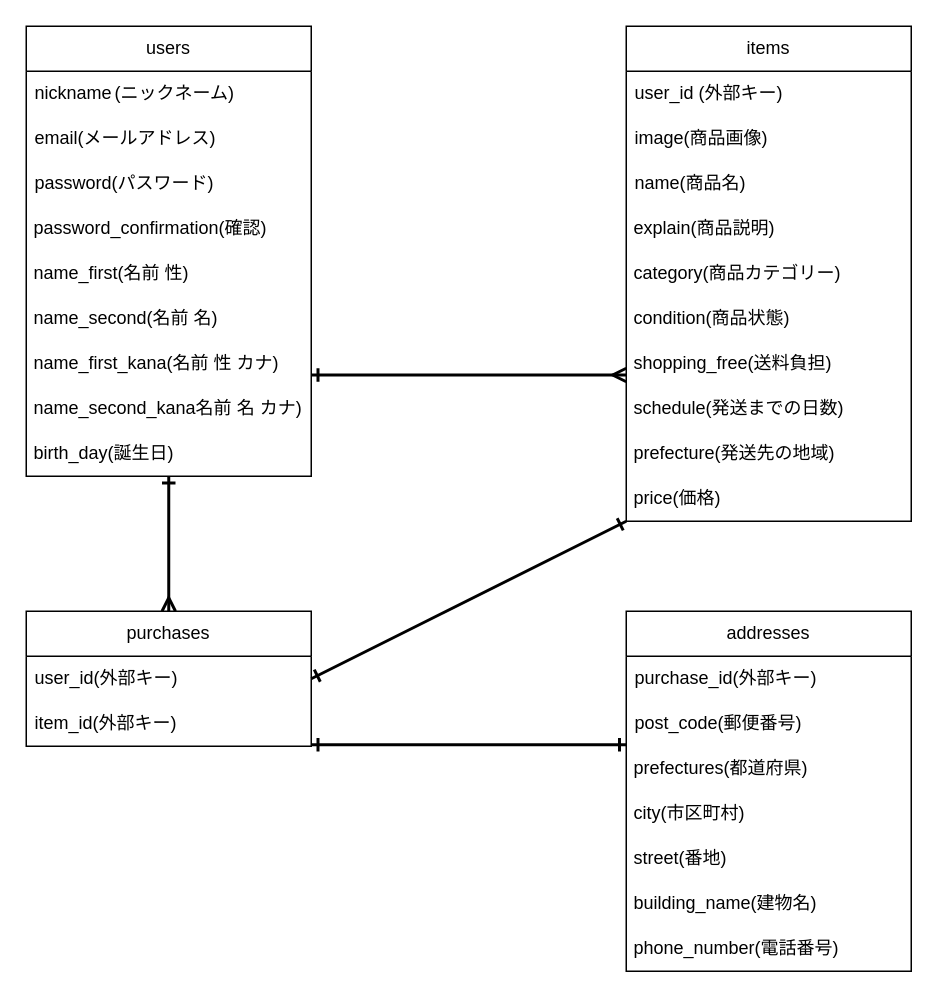
Before: furema.dio in ricky1423/furima-40584, a draw.io diagram. Source tidied: cells renumbered, new cells numbered last; positions are measured from the earlier drawing's top-left corner, leaving out a move shared by most shapes. Both pictures are drawn from the tidied source at 150%, with x=0, y=0 at pixel (26, 26).
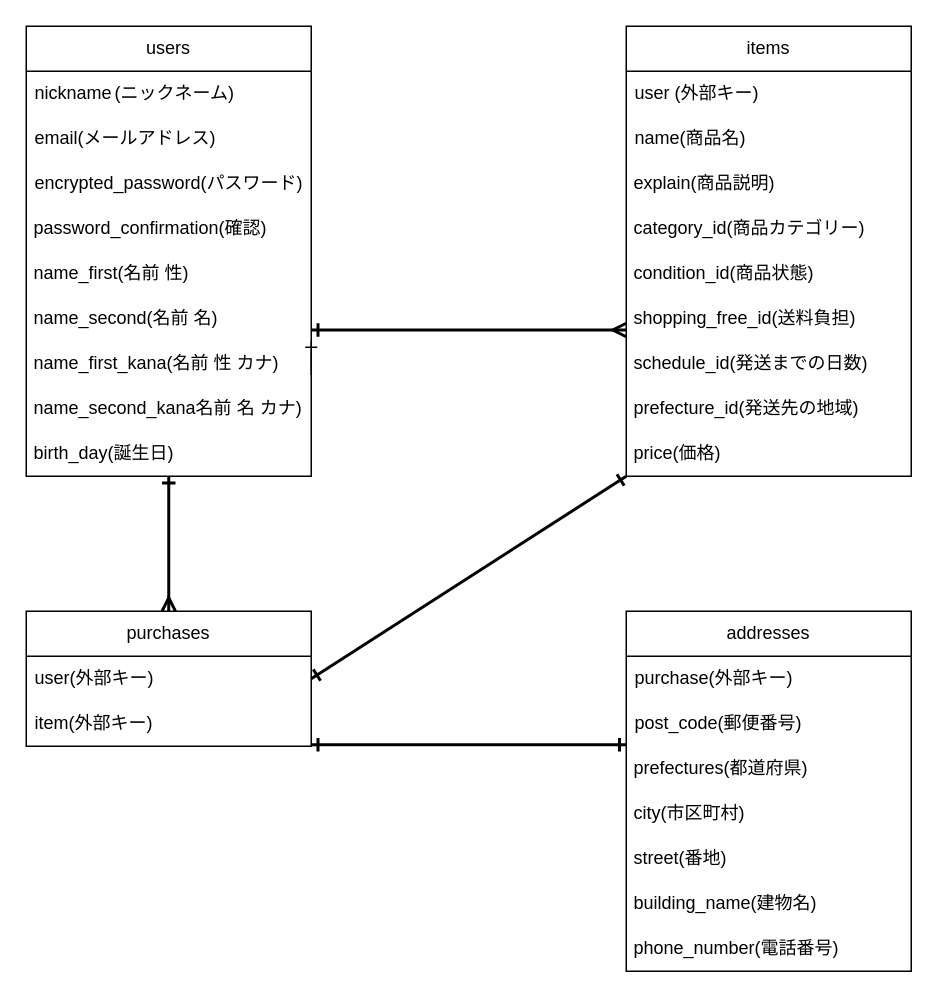
After the change.

Commit message (it also covers changes not shown here):
データベース設計　改善版

The change refers to these unchanged cells:
```xml
<mxCell id="2" value="users" style="swimlane;fontStyle=0;horizontal=1;startSize=30;whiteSpace=wrap;html=1;align=center;rounded=0;" parent="1" vertex="1">
  <mxGeometry width="190" height="300" as="geometry" />
</mxCell>
<mxCell id="8" value="&amp;nbsp;name_second(名前 名)" style="text;html=1;strokeColor=none;fillColor=none;align=left;verticalAlign=middle;whiteSpace=wrap;rounded=0;" parent="2" vertex="1">
  <mxGeometry y="180" width="190" height="30" as="geometry" />
</mxCell>
<mxCell id="9" value="&amp;nbsp;name_first_kana(名前 性 カナ)　&amp;nbsp;" style="text;html=1;strokeColor=none;fillColor=none;align=left;verticalAlign=middle;whiteSpace=wrap;rounded=0;" parent="2" vertex="1">
  <mxGeometry y="210" width="190" height="30" as="geometry" />
</mxCell>
<mxCell id="24" value="purchases" style="swimlane;fontStyle=0;horizontal=1;startSize=30;whiteSpace=wrap;html=1;rounded=0;" parent="1" vertex="1">
  <mxGeometry y="390" width="190" height="90" as="geometry" />
</mxCell>
<mxCell id="27" value="addresses" style="swimlane;fontStyle=0;horizontal=1;startSize=30;whiteSpace=wrap;html=1;rounded=0;" parent="1" vertex="1">
  <mxGeometry x="400" y="390" width="190" height="240" as="geometry" />
</mxCell>
```

Diff of the diagram source:
```diff
@@
-    <mxCell id="5" value="password(パスワード)" style="text;strokeColor=none;fillColor=none;align=left;verticalAlign=middle;spacingLeft=4;spacingRight=4;overflow=hidden;whiteSpace=wrap;html=1;rounded=0;" parent="2" vertex="1">
+    <mxCell id="5" value="encrypted_password(パスワード)" style="text;strokeColor=none;fillColor=none;align=left;verticalAlign=middle;spacingLeft=4;spacingRight=4;overflow=hidden;whiteSpace=wrap;html=1;rounded=0;" parent="2" vertex="1">
       <mxGeometry y="90" width="190" height="30" as="geometry" />
     </mxCell>
@@
+    <mxCell id="38" style="edgeStyle=none;html=1;exitX=1;exitY=0.75;exitDx=0;exitDy=0;entryX=1;entryY=0;entryDx=0;entryDy=0;endArrow=ERone;endFill=0;" parent="2" edge="1" source="9" target="9">
+      <mxGeometry relative="1" as="geometry" />
+    </mxCell>
     <mxCell id="12" value="items" style="swimlane;fontStyle=0;horizontal=1;startSize=30;whiteSpace=wrap;html=1;rounded=0;" parent="1" vertex="1">
-      <mxGeometry x="400" width="190" height="330" as="geometry" />
+      <mxGeometry x="400" width="190" height="300" as="geometry" />
     </mxCell>
-    <mxCell id="13" value="user_id (外部キー)" style="text;strokeColor=none;fillColor=none;align=left;verticalAlign=middle;spacingLeft=4;spacingRight=4;overflow=hidden;whiteSpace=wrap;html=1;rounded=0;" parent="12" vertex="1">
+    <mxCell id="13" value="user (外部キー)" style="text;strokeColor=none;fillColor=none;align=left;verticalAlign=middle;spacingLeft=4;spacingRight=4;overflow=hidden;whiteSpace=wrap;html=1;rounded=0;" parent="12" vertex="1">
       <mxGeometry y="30" width="190" height="30" as="geometry" />
     </mxCell>
-    <mxCell id="14" value="image(商品画像)" style="text;strokeColor=none;fillColor=none;align=left;verticalAlign=middle;spacingLeft=4;spacingRight=4;overflow=hidden;whiteSpace=wrap;html=1;rounded=0;" parent="12" vertex="1">
-      <mxGeometry y="60" width="190" height="30" as="geometry" />
-    </mxCell>
     <mxCell id="15" value="name(商品名)" style="text;strokeColor=none;fillColor=none;align=left;verticalAlign=middle;spacingLeft=4;spacingRight=4;overflow=hidden;whiteSpace=wrap;html=1;rounded=0;" parent="12" vertex="1">
-      <mxGeometry y="90" width="190" height="30" as="geometry" />
+      <mxGeometry y="60" width="190" height="30" as="geometry" />
     </mxCell>
     <mxCell id="16" value="&amp;nbsp;explain(商品説明)" style="text;html=1;strokeColor=none;fillColor=none;align=left;verticalAlign=middle;whiteSpace=wrap;rounded=0;" parent="12" vertex="1">
-      <mxGeometry y="120" width="190" height="30" as="geometry" />
+      <mxGeometry y="90" width="190" height="30" as="geometry" />
     </mxCell>
-    <mxCell id="17" value="&amp;nbsp;category(商品カテゴリー)" style="text;html=1;strokeColor=none;fillColor=none;align=left;verticalAlign=middle;whiteSpace=wrap;rounded=0;" parent="12" vertex="1">
-      <mxGeometry y="150" width="190" height="30" as="geometry" />
+    <mxCell id="17" value="&amp;nbsp;category_id(商品カテゴリー)" style="text;html=1;strokeColor=none;fillColor=none;align=left;verticalAlign=middle;whiteSpace=wrap;rounded=0;" parent="12" vertex="1">
+      <mxGeometry y="120" width="190" height="30" as="geometry" />
     </mxCell>
-    <mxCell id="18" value="&amp;nbsp;condition(商品状態)" style="text;html=1;strokeColor=none;fillColor=none;align=left;verticalAlign=middle;whiteSpace=wrap;rounded=0;" parent="12" vertex="1">
-      <mxGeometry y="180" width="190" height="30" as="geometry" />
+    <mxCell id="18" value="&amp;nbsp;condition_id(商品状態)" style="text;html=1;strokeColor=none;fillColor=none;align=left;verticalAlign=middle;whiteSpace=wrap;rounded=0;" parent="12" vertex="1">
+      <mxGeometry y="150" width="190" height="30" as="geometry" />
     </mxCell>
-    <mxCell id="19" value="&amp;nbsp;shopping_free(送料負担)" style="text;html=1;strokeColor=none;fillColor=none;align=left;verticalAlign=middle;whiteSpace=wrap;rounded=0;" parent="12" vertex="1">
-      <mxGeometry y="210" width="190" height="30" as="geometry" />
+    <mxCell id="19" value="&amp;nbsp;shopping_free_id(送料負担)" style="text;html=1;strokeColor=none;fillColor=none;align=left;verticalAlign=middle;whiteSpace=wrap;rounded=0;" parent="12" vertex="1">
+      <mxGeometry y="180" width="190" height="30" as="geometry" />
     </mxCell>
-    <mxCell id="20" value="&amp;nbsp;schedule(発送までの日数)" style="text;html=1;strokeColor=none;fillColor=none;align=left;verticalAlign=middle;whiteSpace=wrap;rounded=0;" parent="12" vertex="1">
-      <mxGeometry y="240" width="190" height="30" as="geometry" />
+    <mxCell id="20" value="&amp;nbsp;schedule_id(発送までの日数)" style="text;html=1;strokeColor=none;fillColor=none;align=left;verticalAlign=middle;whiteSpace=wrap;rounded=0;" parent="12" vertex="1">
+      <mxGeometry y="210" width="190" height="30" as="geometry" />
     </mxCell>
-    <mxCell id="21" value="&amp;nbsp;prefecture(発送先の地域)" style="text;html=1;strokeColor=none;fillColor=none;align=left;verticalAlign=middle;whiteSpace=wrap;rounded=0;" parent="12" vertex="1">
-      <mxGeometry y="270" width="190" height="30" as="geometry" />
+    <mxCell id="21" value="&amp;nbsp;prefecture_id(発送先の地域)" style="text;html=1;strokeColor=none;fillColor=none;align=left;verticalAlign=middle;whiteSpace=wrap;rounded=0;" parent="12" vertex="1">
+      <mxGeometry y="240" width="190" height="30" as="geometry" />
     </mxCell>
     <mxCell id="22" value="&amp;nbsp;price(価格)" style="text;html=1;strokeColor=none;fillColor=none;align=left;verticalAlign=middle;whiteSpace=wrap;rounded=0;" parent="12" vertex="1">
-      <mxGeometry y="300" width="190" height="30" as="geometry" />
+      <mxGeometry y="270" width="190" height="30" as="geometry" />
     </mxCell>
@@
-    <mxCell id="25" value="user_id(外部キー)" style="text;strokeColor=none;fillColor=none;align=left;verticalAlign=middle;spacingLeft=4;spacingRight=4;overflow=hidden;points=[[0,0.5],[1,0.5]];portConstraint=eastwest;whiteSpace=wrap;html=1;rounded=0;" parent="24" vertex="1">
+    <mxCell id="25" value="user(外部キー)" style="text;strokeColor=none;fillColor=none;align=left;verticalAlign=middle;spacingLeft=4;spacingRight=4;overflow=hidden;points=[[0,0.5],[1,0.5]];portConstraint=eastwest;whiteSpace=wrap;html=1;rounded=0;" parent="24" vertex="1">
       <mxGeometry y="30" width="190" height="30" as="geometry" />
     </mxCell>
-    <mxCell id="26" value="item_id(外部キー)" style="text;strokeColor=none;fillColor=none;align=left;verticalAlign=middle;spacingLeft=4;spacingRight=4;overflow=hidden;whiteSpace=wrap;html=1;rounded=0;" parent="24" vertex="1">
+    <mxCell id="26" value="item(外部キー)" style="text;strokeColor=none;fillColor=none;align=left;verticalAlign=middle;spacingLeft=4;spacingRight=4;overflow=hidden;whiteSpace=wrap;html=1;rounded=0;" parent="24" vertex="1">
       <mxGeometry y="60" width="190" height="30" as="geometry" />
     </mxCell>
@@
-    <mxCell id="28" value="purchase_id(外部キー)" style="text;strokeColor=none;fillColor=none;align=left;verticalAlign=middle;spacingLeft=4;spacingRight=4;overflow=hidden;whiteSpace=wrap;html=1;rounded=0;" parent="27" vertex="1">
+    <mxCell id="28" value="purchase(外部キー)" style="text;strokeColor=none;fillColor=none;align=left;verticalAlign=middle;spacingLeft=4;spacingRight=4;overflow=hidden;whiteSpace=wrap;html=1;rounded=0;" parent="27" vertex="1">
       <mxGeometry y="30" width="190" height="30" as="geometry" />
     </mxCell>
@@
-    <mxCell id="35" style="edgeStyle=none;html=1;exitX=0;exitY=0.75;exitDx=0;exitDy=0;strokeColor=default;startArrow=ERmany;startFill=0;endArrow=ERone;endFill=0;strokeWidth=2;entryX=1;entryY=0.75;entryDx=0;entryDy=0;rounded=0;" parent="1" edge="1" source="19" target="9">
+    <mxCell id="35" style="edgeStyle=none;html=1;exitX=0;exitY=0.75;exitDx=0;exitDy=0;strokeColor=default;startArrow=ERmany;startFill=0;endArrow=ERone;endFill=0;strokeWidth=2;entryX=1;entryY=0.75;entryDx=0;entryDy=0;rounded=0;" parent="1" edge="1" source="19" target="8">
       <mxGeometry relative="1" as="geometry" />
     </mxCell>
```
